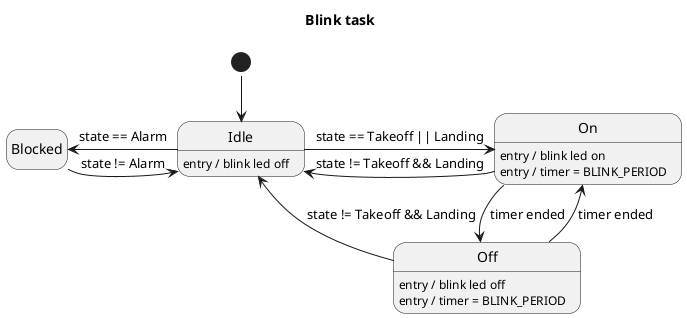
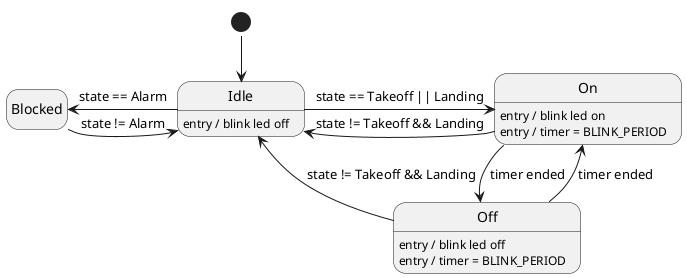
@startuml BlinkTask
!pragma layout smetana
hide empty description
- 
- title "Blink task"

state start <<start>>

state "Idle" as idle
idle : entry / blink led off

state "Blocked" as blocked

state "On" as on
on : entry / blink led on
on : entry / timer = BLINK_PERIOD

state "Off" as off
off : entry / blink led off
off : entry / timer = BLINK_PERIOD

start -d-> idle

idle -l-> blocked : state == Alarm
blocked -r-> idle : state != Alarm

idle -r-> on : state == Takeoff || Landing

on -d-> off : timer ended
off -u-> on : timer ended

on -l-> idle : state != Takeoff && Landing
off -l-> idle : state != Takeoff && Landing

@enduml
